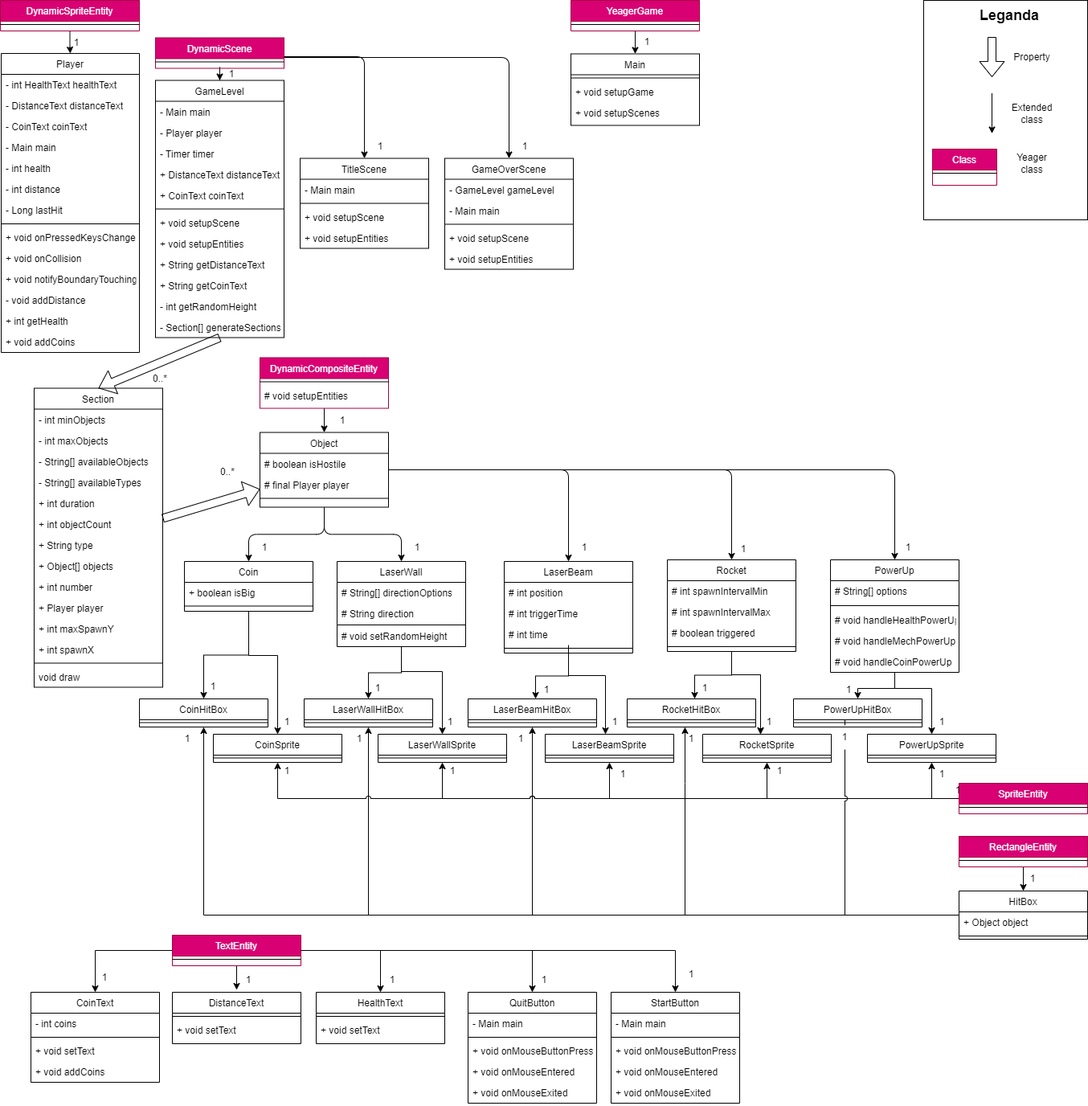
This is documentation/ClassDiagram.drawio.png from jeroendn/jetpack-joyflight, a draw.io export, as it was before one commit. Source tidied: cells renumbered, new cells last; positions are measured from the earlier drawing's top-left corner, leaving out a move shared by most shapes.
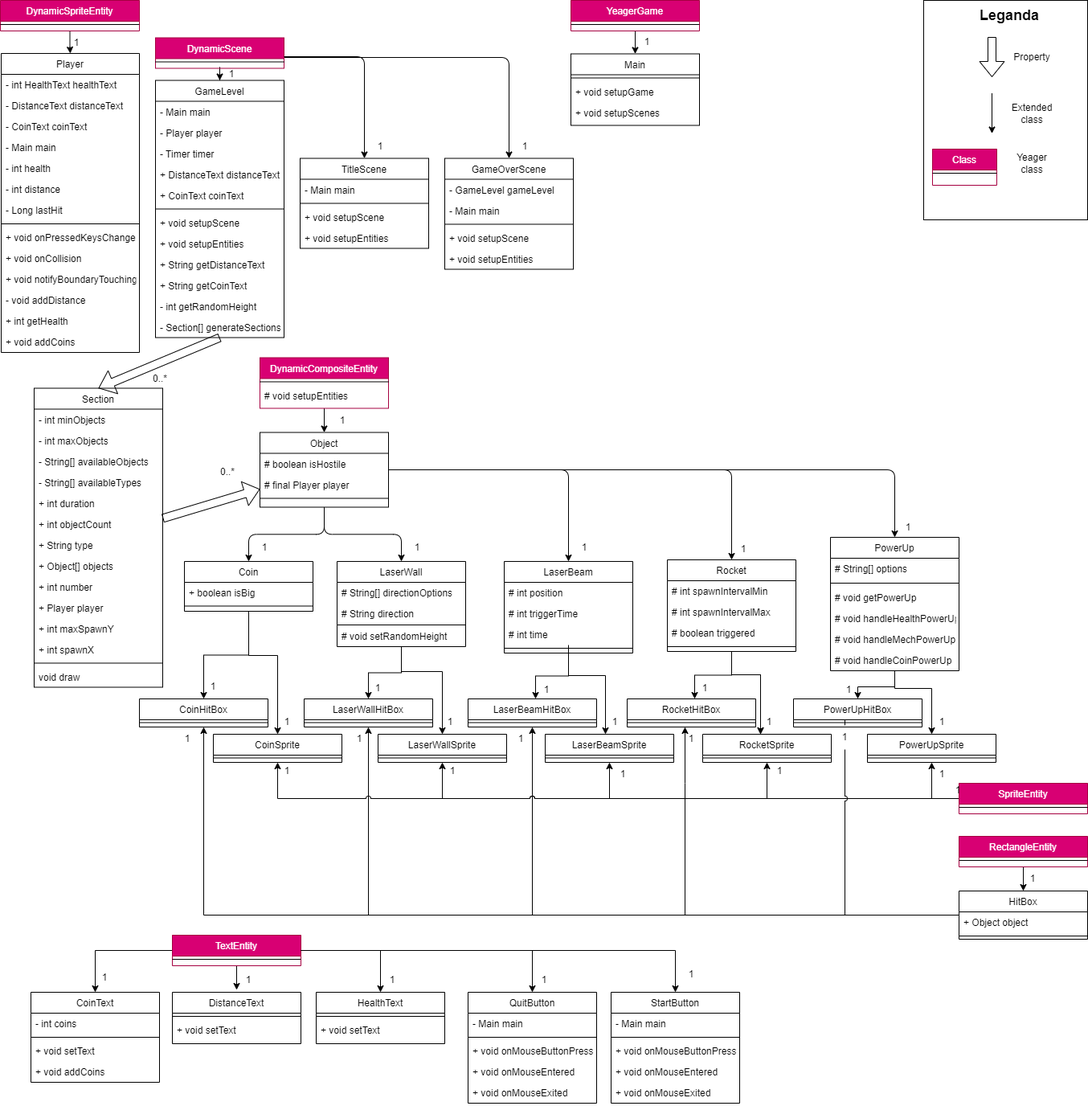
After the change.

Change to the diagram source:
```diff
@@ -183,7 +183,7 @@
       </mxGeometry>
     </mxCell>
     <mxCell id="54" value="PowerUp" style="swimlane;fontStyle=0;align=center;verticalAlign=top;horizontal=1;startSize=26;shadow=0;strokeWidth=1;" parent="1" vertex="1">
-      <mxGeometry x="1033" y="696" width="160" height="140" as="geometry" />
+      <mxGeometry x="1033" y="668" width="160" height="166" as="geometry" />
     </mxCell>
     <mxCell id="55" value="# String[] options" style="text;align=left;verticalAlign=top;spacingLeft=4;spacingRight=4;overflow=hidden;" parent="54" vertex="1">
       <mxGeometry y="26" width="160" height="26" as="geometry" />
@@ -191,14 +191,17 @@
     <mxCell id="56" style="line;html=1;strokeWidth=1;align=left;verticalAlign=middle;spacingTop=-1;spacingLeft=3;spacingRight=3;labelPosition=right;" parent="54" vertex="1">
       <mxGeometry y="52" width="160" height="10" as="geometry" />
     </mxCell>
+    <mxCell id="240" value="# void getPowerUp" style="text;align=left;verticalAlign=top;spacingLeft=4;spacingRight=4;overflow=hidden;" parent="54" vertex="1">
+      <mxGeometry y="62" width="160" height="26" as="geometry" />
+    </mxCell>
     <mxCell id="57" value="# void handleHealthPowerUp" style="text;align=left;verticalAlign=top;spacingLeft=4;spacingRight=4;overflow=hidden;" parent="54" vertex="1">
-      <mxGeometry y="62" width="160" height="26" as="geometry" />
+      <mxGeometry y="88" width="160" height="26" as="geometry" />
     </mxCell>
     <mxCell id="58" value="# void handleMechPowerUp" style="text;align=left;verticalAlign=top;spacingLeft=4;spacingRight=4;overflow=hidden;" parent="54" vertex="1">
-      <mxGeometry y="88" width="160" height="26" as="geometry" />
+      <mxGeometry y="114" width="160" height="26" as="geometry" />
     </mxCell>
     <mxCell id="59" value="# void handleCoinPowerUp" style="text;align=left;verticalAlign=top;spacingLeft=4;spacingRight=4;overflow=hidden;" parent="54" vertex="1">
-      <mxGeometry y="114" width="160" height="26" as="geometry" />
+      <mxGeometry y="140" width="160" height="26" as="geometry" />
     </mxCell>
     <mxCell id="60" style="edgeStyle=orthogonalEdgeStyle;jettySize=auto;html=1;entryX=0.5;entryY=0;entryDx=0;entryDy=0;" parent="1" edge="1" source="62" target="64">
       <mxGeometry relative="1" as="geometry" />
@@ -383,7 +386,7 @@
       <mxGeometry x="895" y="668" width="60" height="30" as="geometry" />
     </mxCell>
     <mxCell id="116" value="1" style="text;html=1;strokeColor=none;fillColor=none;align=center;verticalAlign=middle;whiteSpace=wrap;" parent="1" vertex="1">
-      <mxGeometry x="1100" y="666" width="60" height="30" as="geometry" />
+      <mxGeometry x="1100" y="641" width="60" height="30" as="geometry" />
     </mxCell>
     <mxCell id="117" value="1" style="text;html=1;strokeColor=none;fillColor=none;align=center;verticalAlign=middle;whiteSpace=wrap;" parent="1" vertex="1">
       <mxGeometry x="830" y="1197" width="60" height="30" as="geometry" />
```
